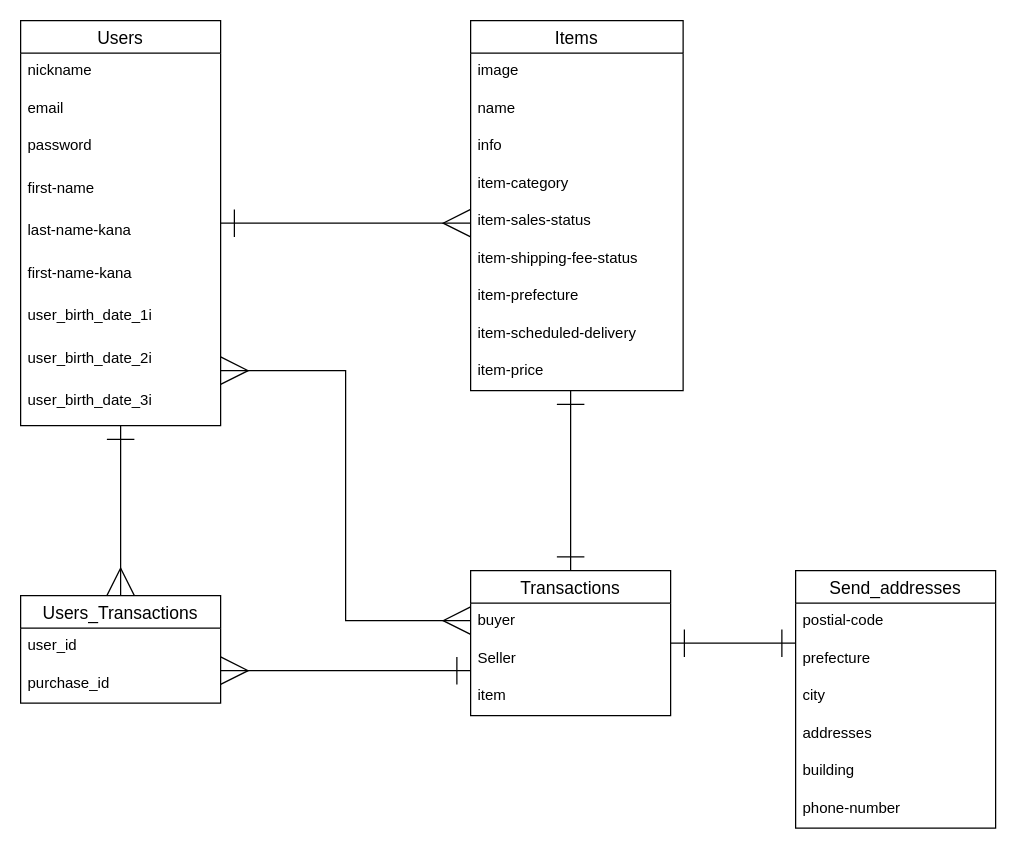
Earlier version of the draw.io diagram furima.dio (TsunokakeTaiki/furima-31694). Source tidied: cells renumbered, new cells numbered last; positions are measured from the earlier drawing's top-left corner, leaving out a move shared by most shapes. Both pictures are drawn from the tidied source at 125%, with x=0, y=0 at pixel (20, 20).
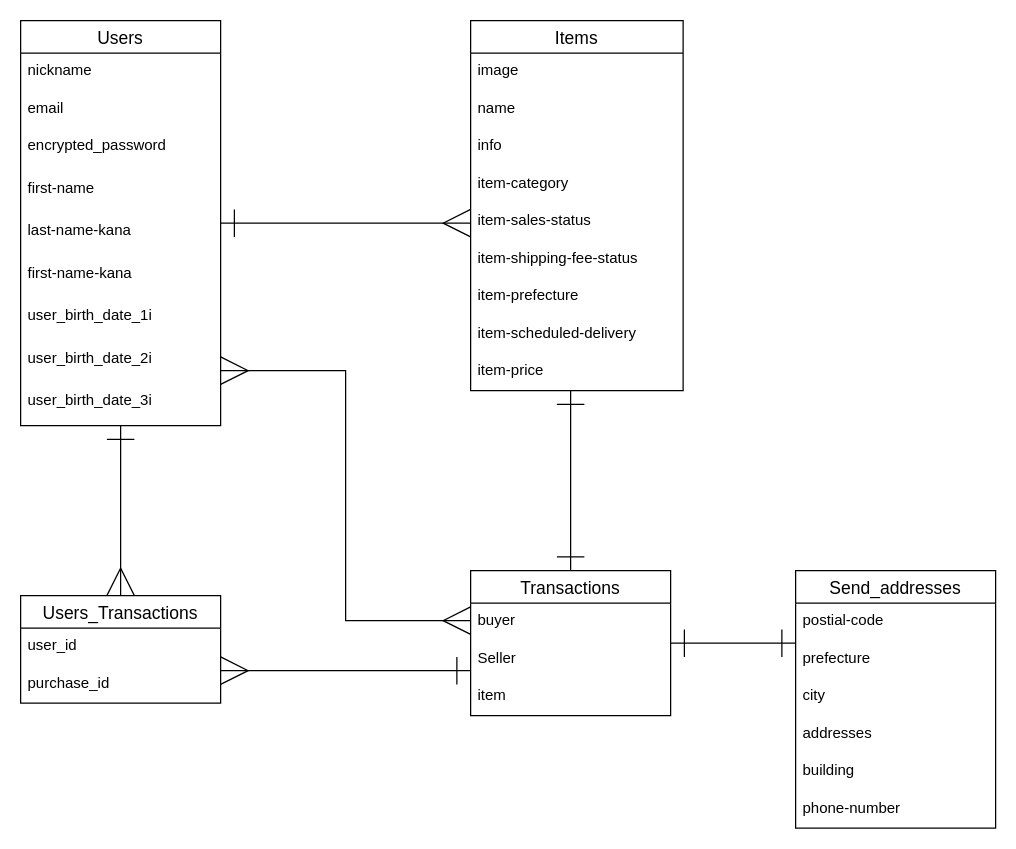
The same page after the edit.

Commit message (it also covers changes not shown here):
README、passwordカラムの修正

The change refers to these unchanged cells:
```xml
<mxCell id="20" value="Users" style="swimlane;fontStyle=0;horizontal=1;startSize=26;align=center;fontSize=14;" parent="1" vertex="1">
  <mxGeometry width="160" height="324" as="geometry" />
</mxCell>
```

What changed in the source:
```diff
@@
-    <mxCell id="23" value="password" style="text;strokeColor=none;fillColor=none;spacingLeft=4;spacingRight=4;overflow=hidden;fontSize=12;" parent="20" vertex="1">
+    <mxCell id="23" value="encrypted_password" style="text;strokeColor=none;fillColor=none;spacingLeft=4;spacingRight=4;overflow=hidden;fontSize=12;" parent="20" vertex="1">
       <mxGeometry y="86" width="160" height="34" as="geometry" />
     </mxCell>
```
